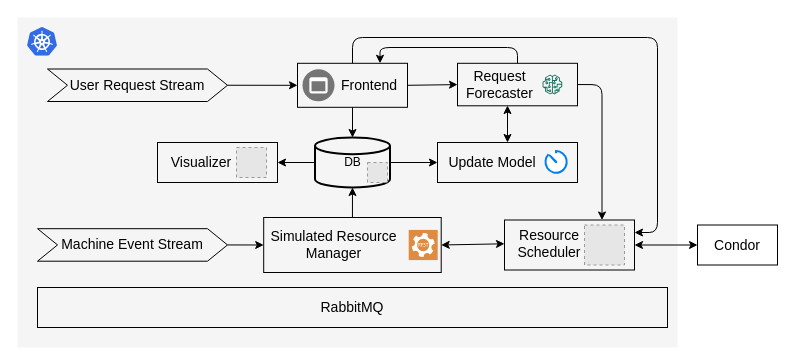
The draw.io diagram simulator/design/chameleon.drawio in VUZhuangweiKang/CHISim, before the edit. Source tidied: cells renumbered, new cells numbered last; positions are measured from the earlier drawing's top-left corner, leaving out a move shared by most shapes. Both pictures are drawn from the tidied source at 100%, with x=0, y=0 at pixel (17, 17). Pictures stored in the file or linked from it are replaced by grey dashed boxes.
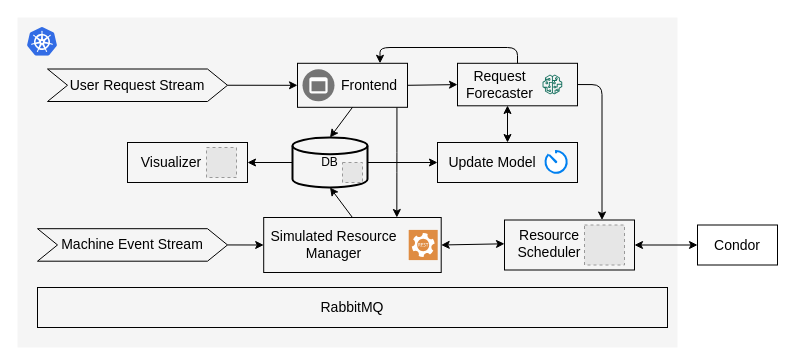
Above is the later version.

The change refers to these unchanged cells:
```xml
<mxCell id="3" style="shadow=0;strokeWidth=1;rounded=0;absoluteArcSize=1;arcSize=2;fillColor=none;" parent="1" vertex="1">
  <mxGeometry x="280" y="45.8" width="110" height="44" as="geometry" />
</mxCell>
<mxCell id="13" style="rounded=0;whiteSpace=wrap;html=1;fontSize=14;strokeColor=#000000;fillColor=none;" parent="12" vertex="1">
  <mxGeometry width="177.5" height="55" as="geometry" />
</mxCell>
<mxCell id="18" style="rounded=0;whiteSpace=wrap;html=1;fontSize=14;strokeColor=#000000;fillColor=none;" parent="16" vertex="1">
  <mxGeometry width="130" height="50" as="geometry" />
</mxCell>
```

The edit, as a diff of the source:
```diff
@@
     <mxCell id="5" value="DB" style="strokeWidth=2;html=1;shape=mxgraph.flowchart.database;whiteSpace=wrap;fillColor=none;" parent="1" vertex="1">
-      <mxGeometry x="297.5" y="120" width="75" height="50" as="geometry" />
+      <mxGeometry x="275" y="120" width="75" height="50" as="geometry" />
     </mxCell>
@@
-    <mxCell id="26" style="endArrow=classic;html=1;fontSize=14;exitX=0.5;exitY=0;exitDx=0;exitDy=0;" parent="1" edge="1" source="13" target="5">
+    <mxCell id="26" style="endArrow=classic;html=1;fontSize=14;exitX=0.5;exitY=0;exitDx=0;exitDy=0;entryX=0.5;entryY=1;entryDx=0;entryDy=0;entryPerimeter=0;" parent="1" edge="1" source="13" target="5">
       <mxGeometry relative="1" as="geometry" />
     </mxCell>
@@
-    <mxCell id="28" style="endArrow=classic;html=1;fontSize=14;exitX=0.5;exitY=1;exitDx=0;exitDy=0;" parent="1" edge="1" source="3">
-      <mxGeometry relative="1" as="geometry">
-        <mxPoint x="335" y="120" as="targetPoint" />
-      </mxGeometry>
+    <mxCell id="28" style="endArrow=classic;html=1;fontSize=14;exitX=0.5;exitY=1;exitDx=0;exitDy=0;entryX=0.5;entryY=0;entryDx=0;entryDy=0;entryPerimeter=0;" parent="1" edge="1" source="3" target="5">
+      <mxGeometry relative="1" as="geometry" />
     </mxCell>
@@
-    <mxCell id="36" style="endArrow=classic;html=1;fontSize=14;exitX=0.5;exitY=0;exitDx=0;exitDy=0;edgeStyle=orthogonalEdgeStyle;entryX=1;entryY=0.25;entryDx=0;entryDy=0;" parent="1" edge="1" source="3" target="18">
-      <mxGeometry relative="1" as="geometry">
-        <Array as="points">
-          <mxPoint x="335" y="20" />
-          <mxPoint x="640" y="20" />
-          <mxPoint x="640" y="215" />
-        </Array>
-      </mxGeometry>
-    </mxCell>
@@
     <mxCell id="39" style="fillColor=#E6E6E6;strokeColor=#999999;dashed=1;verticalLabelPosition=bottom;labelBackgroundColor=#ffffff;verticalAlign=top;" parent="1" vertex="1">
-      <mxGeometry x="350" y="145" width="20" height="20" as="geometry" />
+      <mxGeometry x="325" y="145" width="20" height="20" as="geometry" />
     </mxCell>
     <mxCell id="40" style="group;" parent="1" vertex="1">
-      <mxGeometry x="140" y="125" width="120" height="40" as="geometry" />
+      <mxGeometry x="110" y="125" width="120" height="40" as="geometry" />
     </mxCell>
@@
+    <mxCell id="45" style="endArrow=classic;html=1;exitX=0.904;exitY=1.006;exitDx=0;exitDy=0;entryX=0.75;entryY=0;entryDx=0;entryDy=0;edgeStyle=orthogonalEdgeStyle;exitPerimeter=0;" parent="1" edge="1" source="3" target="13">
+      <mxGeometry relative="1" as="geometry" />
+    </mxCell>
```
